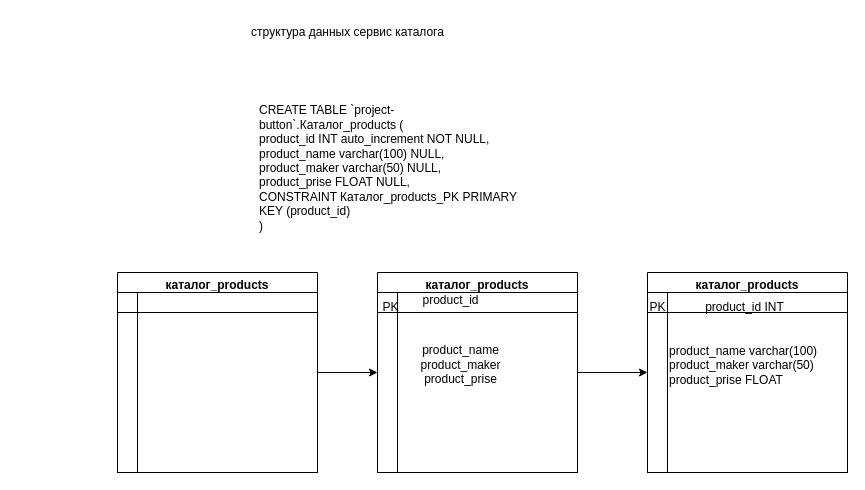
The draw.io diagram Диаграмма структура данных сервис каталога.drawio in emauter/GB_mysql, before the edit. Source tidied: cells renumbered, new cells numbered last; positions are measured from the earlier drawing's top-left corner, leaving out a move shared by most shapes. Both pictures are drawn from the tidied source at 100%, with x=0, y=0 at pixel (117, 17).
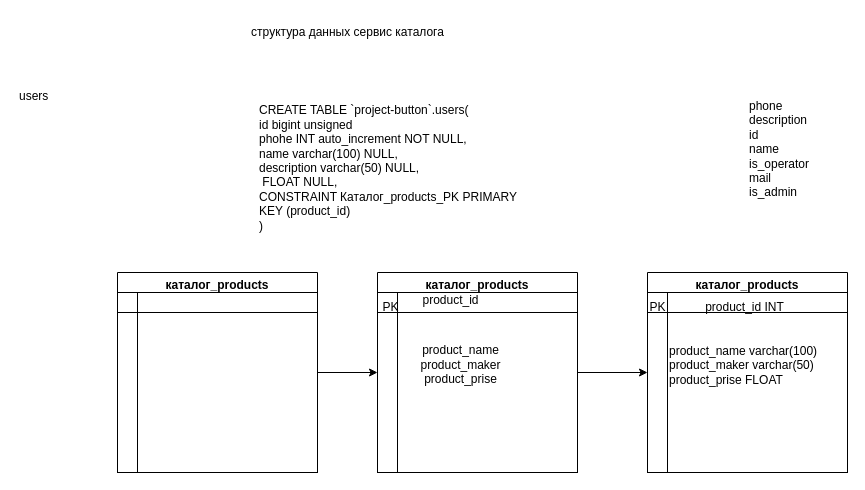
The same page after the edit.

Diff of the diagram source:
```diff
@@
-    <mxCell id="2" value="&lt;br&gt;&lt;div&gt;CREATE TABLE `project-button`.Каталог_products (&lt;/div&gt;&lt;div&gt;&lt;span style=&quot;&quot;&gt; &lt;/span&gt;product_id INT auto_increment NOT NULL,&lt;/div&gt;&lt;div&gt;&lt;span style=&quot;&quot;&gt; &lt;/span&gt;product_name varchar(100) NULL,&lt;/div&gt;&lt;div&gt;&lt;span style=&quot;&quot;&gt; &lt;/span&gt;product_maker varchar(50) NULL,&lt;/div&gt;&lt;div&gt;&lt;span style=&quot;&quot;&gt; &lt;/span&gt;product_prise FLOAT NULL,&lt;/div&gt;&lt;div&gt;&lt;span style=&quot;&quot;&gt; &lt;/span&gt;CONSTRAINT Каталог_products_PK PRIMARY KEY (product_id)&lt;/div&gt;)" style="text;whiteSpace=wrap;html=1;" parent="1" vertex="1">
+    <mxCell id="2" value="&lt;br&gt;&lt;div&gt;CREATE TABLE `project-button`.users(&lt;/div&gt;&lt;div&gt;&lt;span style=&quot;&quot;&gt;&lt;/span&gt;id bigint unsigned&lt;/div&gt;&lt;div&gt;phohe INT auto_increment NOT NULL,&lt;/div&gt;&lt;div&gt;name varchar(100) NULL,&lt;/div&gt;&lt;div&gt;description varchar(50) NULL,&lt;/div&gt;&lt;div&gt;&amp;nbsp;FLOAT NULL,&lt;/div&gt;&lt;div&gt;&lt;span style=&quot;&quot;&gt; &lt;/span&gt;CONSTRAINT Каталог_products_PK PRIMARY KEY (product_id)&lt;/div&gt;)" style="text;whiteSpace=wrap;html=1;" parent="1" vertex="1">
       <mxGeometry x="140" y="65" width="260" height="150" as="geometry" />
     </mxCell>
@@
+    <mxCell id="18" value="phone&#10;description&#10;id&#10;name&#10;is_operator&#10;mail&#10;is_admin" style="text;whiteSpace=wrap;html=1;" parent="1" vertex="1">
+      <mxGeometry x="630" y="75" width="90" height="120" as="geometry" />
+    </mxCell>
+    <mxCell id="19" value="users" style="text;whiteSpace=wrap;html=1;" parent="1" vertex="1">
+      <mxGeometry x="-100" y="65" width="80" height="40" as="geometry" />
+    </mxCell>
```
